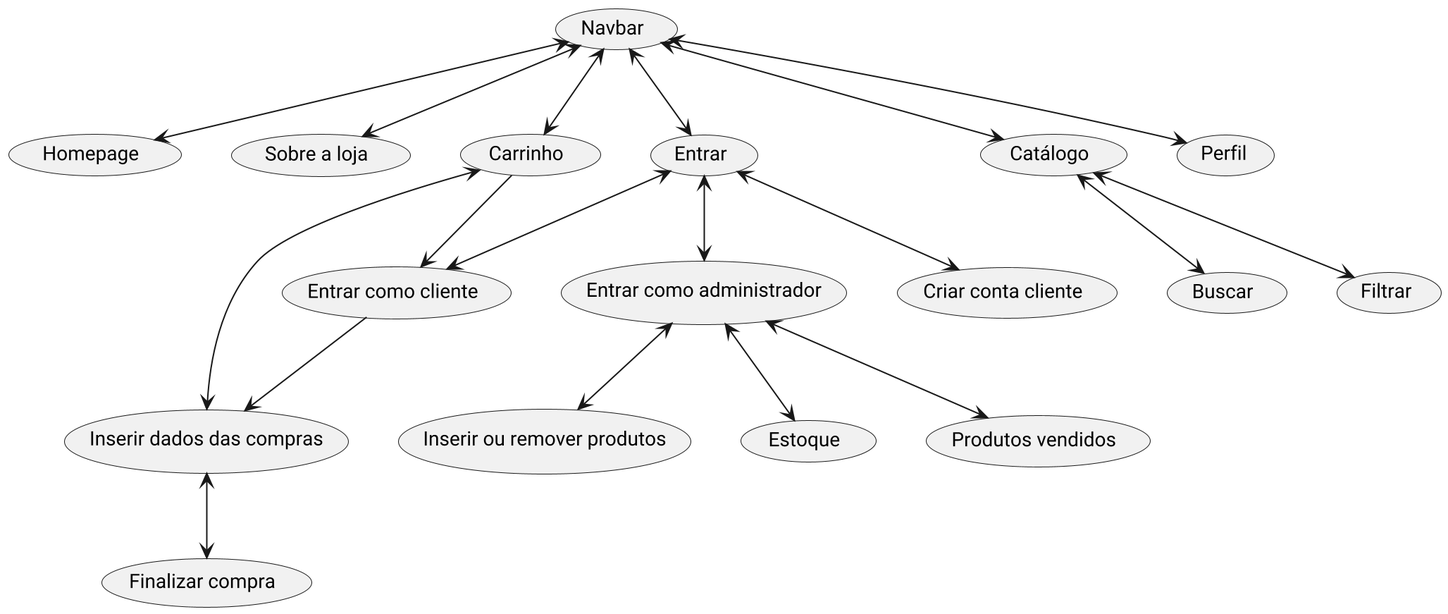
Before: diagrama.png, a diagram exported from PlantUML (GabrielMtins/scc0219web).
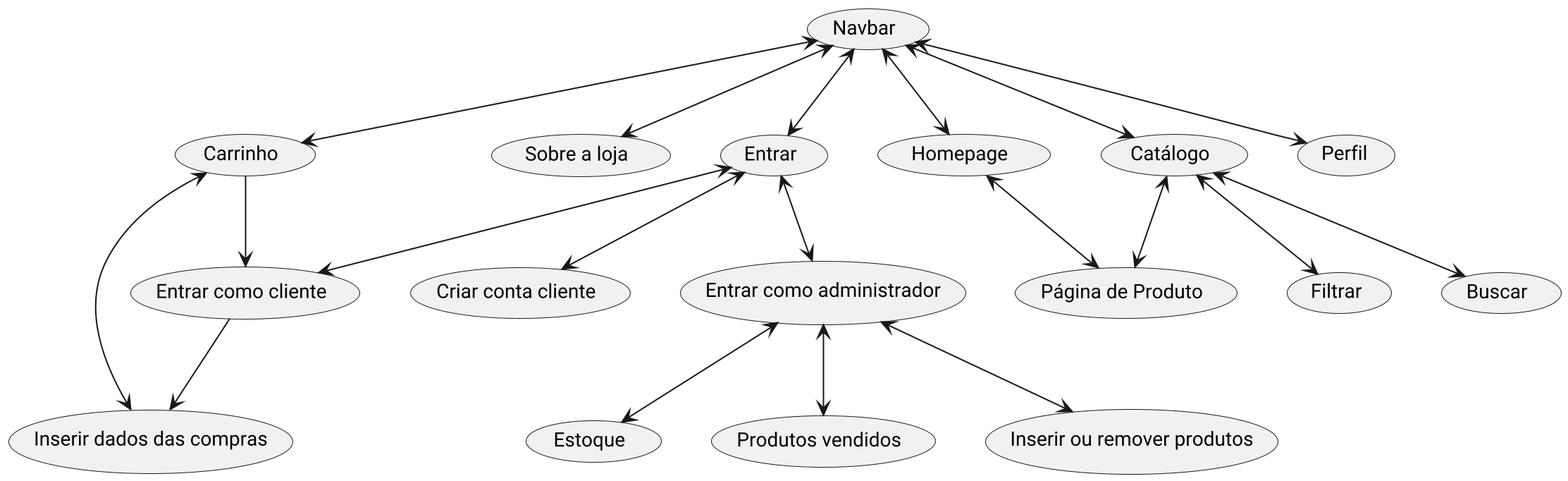
Above is the later version.

Commit message:
alterado diagramas

Change to the diagram source:
```diff
@@ -13,12 +13,12 @@
 usecase "Inserir ou remover produtos" as addrem_admin
 usecase "Criar conta cliente" as create_client
 usecase "Inserir dados das compras" as dados_compra
-usecase "Finalizar compra" as finalizar_compra
 usecase "Estoque" as estoque
 usecase "Produtos vendidos" as prod_vend
 usecase "Catálogo" as compras
 usecase "Navbar" as navbar
 usecase "Perfil" as perfil
+usecase "Página de Produto" as prod_page
 
 navbar <--> home
 navbar <--> login
@@ -37,6 +37,7 @@
 compras <--> filtro
 compras <--> busca
 carrinho <--> dados_compra
-dados_compra <--> finalizar_compra
+home <--> prod_page
+compras <--> prod_page
 
 @enduml
```
